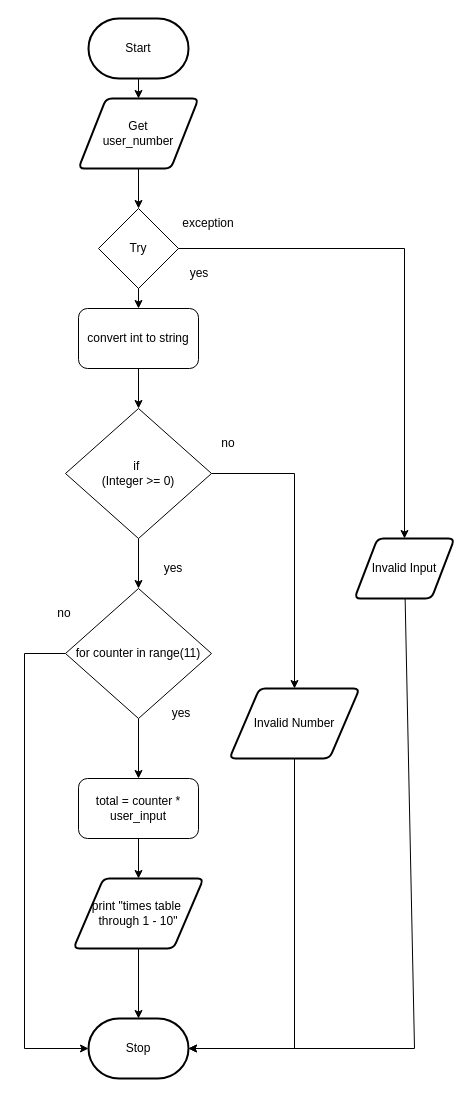
The draw.io diagram Drawio/FlowChart.Drawio in JacksonNaufal/ICS3U-Assignment-5-Python, before the edit. Source tidied: cells renumbered, new cells numbered last; positions are measured from the earlier drawing's top-left corner, leaving out a move shared by most shapes. Both pictures are drawn from the tidied source at 100%, with x=0, y=0 at pixel (24, 18).
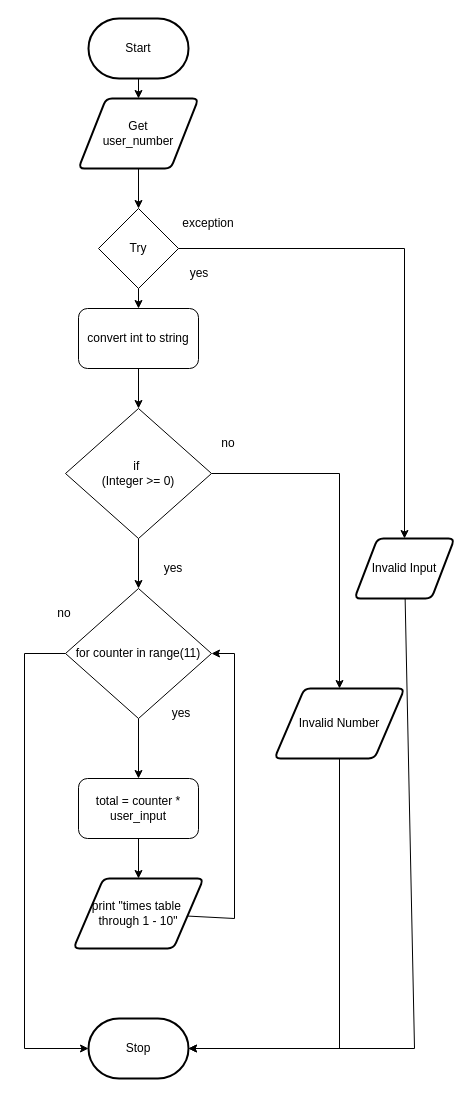
Above is the later version.

Unchanged cells that the change refers to:
```xml
<mxCell id="3" value="Stop" style="strokeWidth=2;html=1;shape=mxgraph.flowchart.terminator;whiteSpace=wrap;rounded=1;" parent="1" vertex="1">
  <mxGeometry x="64" y="1000" width="100" height="60" as="geometry" />
</mxCell>
<mxCell id="12" value="if&amp;nbsp;&lt;br&gt;(Integer &amp;gt;= 0)" style="rhombus;whiteSpace=wrap;html=1;" parent="1" vertex="1">
  <mxGeometry x="41" y="390" width="146" height="130" as="geometry" />
</mxCell>
<mxCell id="25" value="&lt;br&gt;for counter in range(11)&lt;br&gt;&amp;nbsp;" style="rhombus;whiteSpace=wrap;html=1;" parent="1" vertex="1">
  <mxGeometry x="41" y="570" width="146" height="130" as="geometry" />
</mxCell>
<mxCell id="31" value="print &quot;times table&amp;nbsp;&lt;br&gt;through 1 - 10&quot;" style="shape=parallelogram;html=1;strokeWidth=2;perimeter=parallelogramPerimeter;whiteSpace=wrap;rounded=1;arcSize=12;size=0.23;" parent="1" vertex="1">
  <mxGeometry x="49" y="860" width="130" height="70" as="geometry" />
</mxCell>
```

Change to the diagram source:
```diff
@@
     <mxCell id="10" style="edgeStyle=none;html=1;entryX=0.5;entryY=0;entryDx=0;entryDy=0;rounded=0;" parent="1" edge="1" source="12" target="16">
       <mxGeometry relative="1" as="geometry">
         <Array as="points">
-          <mxPoint x="270" y="455" />
+          <mxPoint x="315" y="455" />
         </Array>
       </mxGeometry>
     </mxCell>
@@
     <mxCell id="15" style="edgeStyle=none;html=1;entryX=1;entryY=0.5;entryDx=0;entryDy=0;entryPerimeter=0;rounded=0;" parent="1" edge="1" source="16" target="3">
       <mxGeometry relative="1" as="geometry">
         <Array as="points">
-          <mxPoint x="270" y="1030" />
+          <mxPoint x="315" y="1030" />
         </Array>
       </mxGeometry>
     </mxCell>
     <mxCell id="16" value="&lt;font style=&quot;font-size: 12px&quot;&gt;Invalid Number&lt;/font&gt;" style="shape=parallelogram;html=1;strokeWidth=2;perimeter=parallelogramPerimeter;whiteSpace=wrap;rounded=1;arcSize=12;size=0.23;" parent="1" vertex="1">
-      <mxGeometry x="205" y="670" width="130" height="70" as="geometry" />
+      <mxGeometry x="250" y="670" width="130" height="70" as="geometry" />
     </mxCell>
@@
-    <mxCell id="30" style="edgeStyle=none;html=1;" parent="1" edge="1" source="31" target="3">
-      <mxGeometry relative="1" as="geometry" />
+    <mxCell id="30" style="edgeStyle=none;html=1;entryX=1;entryY=0.5;entryDx=0;entryDy=0;rounded=0;" parent="1" edge="1" source="31" target="25">
+      <mxGeometry relative="1" as="geometry">
+        <Array as="points">
+          <mxPoint x="210" y="900" />
+          <mxPoint x="210" y="635" />
+        </Array>
+      </mxGeometry>
     </mxCell>
```
